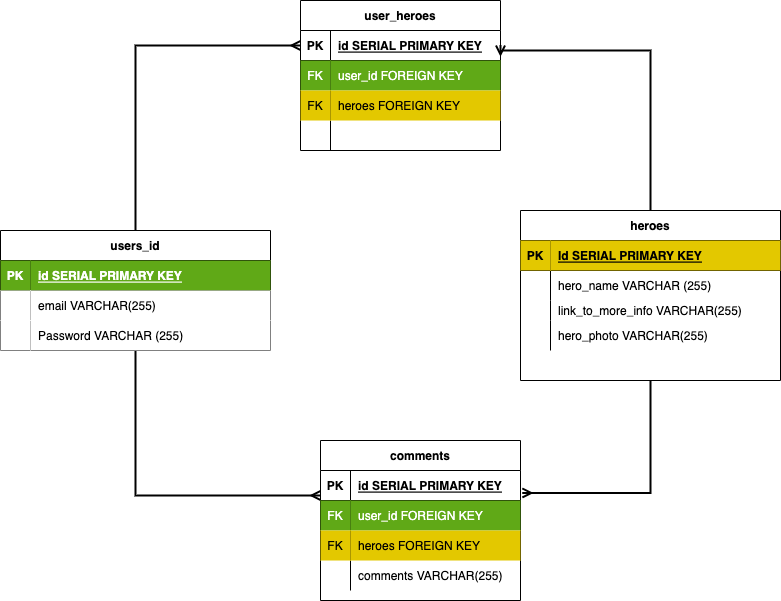
Before: Diagram.drawio.png, a diagram exported from draw.io (tristonpalacios/Virtual-Marvel-Encyclopedia). Source tidied: cells renumbered, new cells last; positions are measured from the earlier drawing's top-left corner, leaving out a move shared by most shapes.
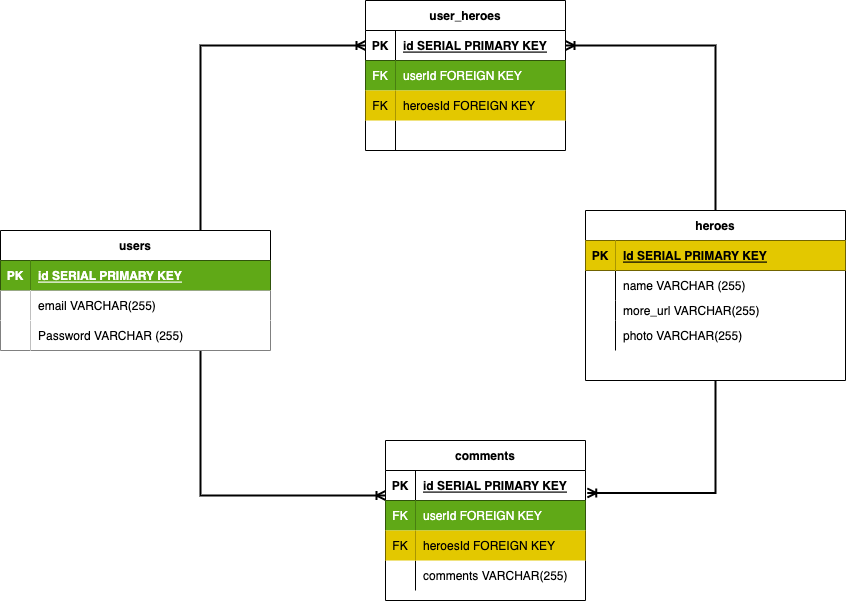
Above is the later version.

Change to the diagram source:
```diff
@@ -2,18 +2,24 @@
   <root>
     <mxCell id="0" />
     <mxCell id="1" parent="0" />
-    <mxCell id="2" style="edgeStyle=orthogonalEdgeStyle;rounded=0;jettySize=auto;html=1;exitX=0.5;exitY=1;exitDx=0;exitDy=0;strokeWidth=2;endArrow=ERmany;endFill=0;" parent="1" edge="1" source="4" target="30">
+    <mxCell id="2" style="edgeStyle=orthogonalEdgeStyle;rounded=0;jettySize=auto;html=1;exitX=0.5;exitY=1;exitDx=0;exitDy=0;strokeWidth=2;endArrow=ERoneToMany;endFill=0;" parent="1" edge="1" target="30">
       <mxGeometry relative="1" as="geometry">
+        <mxPoint x="135" y="350" as="sourcePoint" />
         <Array as="points">
           <mxPoint x="135" y="495" />
         </Array>
       </mxGeometry>
     </mxCell>
-    <mxCell id="3" style="edgeStyle=orthogonalEdgeStyle;rounded=0;jettySize=auto;html=1;entryX=0;entryY=0.5;entryDx=0;entryDy=0;strokeWidth=2;endArrow=ERmany;endFill=0;" parent="1" edge="1" source="4" target="43">
-      <mxGeometry relative="1" as="geometry" />
+    <mxCell id="3" style="edgeStyle=orthogonalEdgeStyle;rounded=0;jettySize=auto;html=1;entryX=0;entryY=0.5;entryDx=0;entryDy=0;strokeWidth=2;endArrow=ERoneToMany;endFill=0;" parent="1" edge="1" target="43">
+      <mxGeometry relative="1" as="geometry">
+        <mxPoint x="135" y="230" as="sourcePoint" />
+        <Array as="points">
+          <mxPoint x="135" y="45" />
+        </Array>
+      </mxGeometry>
     </mxCell>
-    <mxCell id="4" value="users_id" style="shape=table;startSize=30;rowLines=0;fontStyle=1;align=center;" parent="1" vertex="1">
-      <mxGeometry y="230" width="270" height="120" as="geometry" />
+    <mxCell id="4" value="users" style="shape=table;startSize=30;rowLines=0;fontStyle=1;align=center;" parent="1" vertex="1">
+      <mxGeometry x="-65" y="230" width="270" height="120" as="geometry" />
     </mxCell>
     <mxCell id="5" style="shape=tableRow;horizontal=0;startSize=0;swimlaneHead=0;swimlaneBody=0;fillColor=none;top=0;left=0;right=0;bottom=1;" parent="4" vertex="1">
       <mxGeometry y="30" width="270" height="30" as="geometry" />
@@ -42,15 +48,14 @@
     <mxCell id="13" value="Password VARCHAR (255)" style="shape=partialRectangle;top=0;left=0;bottom=0;right=0;align=left;spacingLeft=6;overflow=hidden;fillColor=#FFFFFF;" parent="11" vertex="1">
       <mxGeometry x="30" width="240" height="30" as="geometry" />
     </mxCell>
-    <mxCell id="14" style="edgeStyle=orthogonalEdgeStyle;rounded=0;jettySize=auto;html=1;exitX=0.5;exitY=0;exitDx=0;exitDy=0;entryX=1;entryY=0.5;entryDx=0;entryDy=0;strokeWidth=2;endArrow=ERmany;endFill=0;" parent="1" edge="1" source="16" target="43">
+    <mxCell id="14" style="edgeStyle=orthogonalEdgeStyle;rounded=0;jettySize=auto;html=1;exitX=0.5;exitY=0;exitDx=0;exitDy=0;entryX=1;entryY=0.5;entryDx=0;entryDy=0;strokeWidth=2;endArrow=ERoneToMany;endFill=0;" parent="1" edge="1" source="16" target="43">
       <mxGeometry relative="1" as="geometry">
         <Array as="points">
-          <mxPoint x="650" y="50" />
-          <mxPoint x="500" y="50" />
+          <mxPoint x="650" y="45" />
         </Array>
       </mxGeometry>
     </mxCell>
-    <mxCell id="15" style="edgeStyle=orthogonalEdgeStyle;rounded=0;jettySize=auto;html=1;entryX=1.009;entryY=0.749;entryDx=0;entryDy=0;entryPerimeter=0;strokeWidth=2;endArrow=ERmany;endFill=0;" parent="1" edge="1" source="16" target="30">
+    <mxCell id="15" style="edgeStyle=orthogonalEdgeStyle;rounded=0;jettySize=auto;html=1;entryX=1.009;entryY=0.749;entryDx=0;entryDy=0;entryPerimeter=0;strokeWidth=2;endArrow=ERoneToMany;endFill=0;" parent="1" edge="1" source="16" target="30">
       <mxGeometry relative="1" as="geometry" />
     </mxCell>
     <mxCell id="16" value="heroes" style="shape=table;startSize=30;rowLines=0;fontStyle=1;align=center;" parent="1" vertex="1">
@@ -71,7 +76,7 @@
     <mxCell id="21" style="shape=partialRectangle;fillColor=none;top=0;left=0;bottom=0;right=0;overflow=hidden;" parent="20" vertex="1">
       <mxGeometry width="30" height="30" as="geometry" />
     </mxCell>
-    <mxCell id="22" value="hero_name VARCHAR (255)" style="shape=partialRectangle;fillColor=none;top=0;left=0;bottom=0;right=0;align=left;spacingLeft=6;overflow=hidden;" parent="20" vertex="1">
+    <mxCell id="22" value="name VARCHAR (255)" style="shape=partialRectangle;fillColor=none;top=0;left=0;bottom=0;right=0;align=left;spacingLeft=6;overflow=hidden;" parent="20" vertex="1">
       <mxGeometry x="30" width="230" height="30" as="geometry" />
     </mxCell>
     <mxCell id="23" style="shape=tableRow;horizontal=0;startSize=0;swimlaneHead=0;swimlaneBody=0;fillColor=none;top=0;left=0;right=0;bottom=0;" parent="16" vertex="1">
@@ -80,7 +85,7 @@
     <mxCell id="24" style="shape=partialRectangle;fillColor=none;top=0;left=0;bottom=0;right=0;fontStyle=0;overflow=hidden;" parent="23" vertex="1">
       <mxGeometry width="30" height="20" as="geometry" />
     </mxCell>
-    <mxCell id="25" value="link_to_more_info VARCHAR(255) " style="shape=partialRectangle;fillColor=none;top=0;left=0;bottom=0;right=0;align=left;spacingLeft=6;fontStyle=0;overflow=hidden;" parent="23" vertex="1">
+    <mxCell id="25" value="more_url VARCHAR(255) " style="shape=partialRectangle;fillColor=none;top=0;left=0;bottom=0;right=0;align=left;spacingLeft=6;fontStyle=0;overflow=hidden;" parent="23" vertex="1">
       <mxGeometry x="30" width="230" height="20" as="geometry" />
     </mxCell>
     <mxCell id="26" style="shape=tableRow;horizontal=0;startSize=0;swimlaneHead=0;swimlaneBody=0;fillColor=none;top=0;left=0;right=0;bottom=0;" parent="16" vertex="1">
@@ -89,7 +94,7 @@
     <mxCell id="27" style="shape=partialRectangle;fillColor=none;top=0;left=0;bottom=0;right=0;overflow=hidden;" parent="26" vertex="1">
       <mxGeometry width="30" height="30" as="geometry" />
     </mxCell>
-    <mxCell id="28" value="hero_photo VARCHAR(255)" style="shape=partialRectangle;fillColor=none;top=0;left=0;bottom=0;right=0;align=left;spacingLeft=6;overflow=hidden;" parent="26" vertex="1">
+    <mxCell id="28" value="photo VARCHAR(255)" style="shape=partialRectangle;fillColor=none;top=0;left=0;bottom=0;right=0;align=left;spacingLeft=6;overflow=hidden;" parent="26" vertex="1">
       <mxGeometry x="30" width="230" height="30" as="geometry" />
     </mxCell>
     <mxCell id="29" value="comments" style="shape=table;startSize=30;rowLines=0;fontStyle=1;align=center;fillColor=#FFFFFF;" parent="1" vertex="1">
@@ -110,7 +115,7 @@
     <mxCell id="34" value="FK" style="shape=partialRectangle;fillColor=#60a917;top=0;left=0;bottom=0;right=0;overflow=hidden;strokeColor=#2D7600;fontColor=#ffffff;" parent="33" vertex="1">
       <mxGeometry width="30" height="30" as="geometry" />
     </mxCell>
-    <mxCell id="35" value="user_id FOREIGN KEY" style="shape=partialRectangle;fillColor=#60a917;top=0;left=0;bottom=0;right=0;align=left;spacingLeft=6;overflow=hidden;fontColor=#ffffff;strokeColor=#2D7600;" parent="33" vertex="1">
+    <mxCell id="35" value="userId FOREIGN KEY" style="shape=partialRectangle;fillColor=#60a917;top=0;left=0;bottom=0;right=0;align=left;spacingLeft=6;overflow=hidden;fontColor=#ffffff;strokeColor=#2D7600;" parent="33" vertex="1">
       <mxGeometry x="30" width="170" height="30" as="geometry" />
     </mxCell>
     <mxCell id="36" style="shape=tableRow;horizontal=0;startSize=0;swimlaneHead=0;swimlaneBody=0;fillColor=none;top=0;left=0;right=0;bottom=0;" parent="29" vertex="1">
@@ -119,7 +124,7 @@
     <mxCell id="37" value="FK" style="shape=partialRectangle;fillColor=#e3c800;top=0;left=0;bottom=0;right=0;overflow=hidden;fontColor=#000000;strokeColor=#B09500;" parent="36" vertex="1">
       <mxGeometry width="30" height="30" as="geometry" />
     </mxCell>
-    <mxCell id="38" value="heroes FOREIGN KEY" style="shape=partialRectangle;fillColor=#e3c800;top=0;left=0;bottom=0;right=0;align=left;spacingLeft=6;overflow=hidden;fontColor=#000000;strokeColor=#B09500;" parent="36" vertex="1">
+    <mxCell id="38" value="heroesId FOREIGN KEY" style="shape=partialRectangle;fillColor=#e3c800;top=0;left=0;bottom=0;right=0;align=left;spacingLeft=6;overflow=hidden;fontColor=#000000;strokeColor=#B09500;" parent="36" vertex="1">
       <mxGeometry x="30" width="170" height="30" as="geometry" />
     </mxCell>
     <mxCell id="39" style="shape=tableRow;horizontal=0;startSize=0;swimlaneHead=0;swimlaneBody=0;fillColor=none;top=0;left=0;right=0;bottom=0;" parent="29" vertex="1">
@@ -149,7 +154,7 @@
     <mxCell id="47" value="FK" style="shape=partialRectangle;fillColor=#60a917;top=0;left=0;bottom=0;right=0;overflow=hidden;fontColor=#ffffff;strokeColor=#2D7600;" parent="46" vertex="1">
       <mxGeometry width="30" height="30" as="geometry" />
     </mxCell>
-    <mxCell id="48" value="user_id FOREIGN KEY" style="shape=partialRectangle;fillColor=#60a917;top=0;left=0;bottom=0;right=0;align=left;spacingLeft=6;overflow=hidden;fontColor=#ffffff;strokeColor=#2D7600;" parent="46" vertex="1">
+    <mxCell id="48" value="userId FOREIGN KEY" style="shape=partialRectangle;fillColor=#60a917;top=0;left=0;bottom=0;right=0;align=left;spacingLeft=6;overflow=hidden;fontColor=#ffffff;strokeColor=#2D7600;" parent="46" vertex="1">
       <mxGeometry x="30" width="170" height="30" as="geometry" />
     </mxCell>
     <mxCell id="49" style="shape=tableRow;horizontal=0;startSize=0;swimlaneHead=0;swimlaneBody=0;fillColor=none;top=0;left=0;right=0;bottom=0;" parent="42" vertex="1">
@@ -158,7 +163,7 @@
     <mxCell id="50" value="FK" style="shape=partialRectangle;fillColor=#e3c800;top=0;left=0;bottom=0;right=0;overflow=hidden;fontColor=#000000;strokeColor=#B09500;" parent="49" vertex="1">
       <mxGeometry width="30" height="30" as="geometry" />
     </mxCell>
-    <mxCell id="51" value="heroes FOREIGN KEY" style="shape=partialRectangle;fillColor=#e3c800;top=0;left=0;bottom=0;right=0;align=left;spacingLeft=6;overflow=hidden;fontColor=#000000;strokeColor=#B09500;" parent="49" vertex="1">
+    <mxCell id="51" value="heroesId FOREIGN KEY" style="shape=partialRectangle;fillColor=#e3c800;top=0;left=0;bottom=0;right=0;align=left;spacingLeft=6;overflow=hidden;fontColor=#000000;strokeColor=#B09500;" parent="49" vertex="1">
       <mxGeometry x="30" width="170" height="30" as="geometry" />
     </mxCell>
     <mxCell id="52" style="shape=tableRow;horizontal=0;startSize=0;swimlaneHead=0;swimlaneBody=0;fillColor=none;top=0;left=0;right=0;bottom=0;" parent="42" vertex="1">
```
